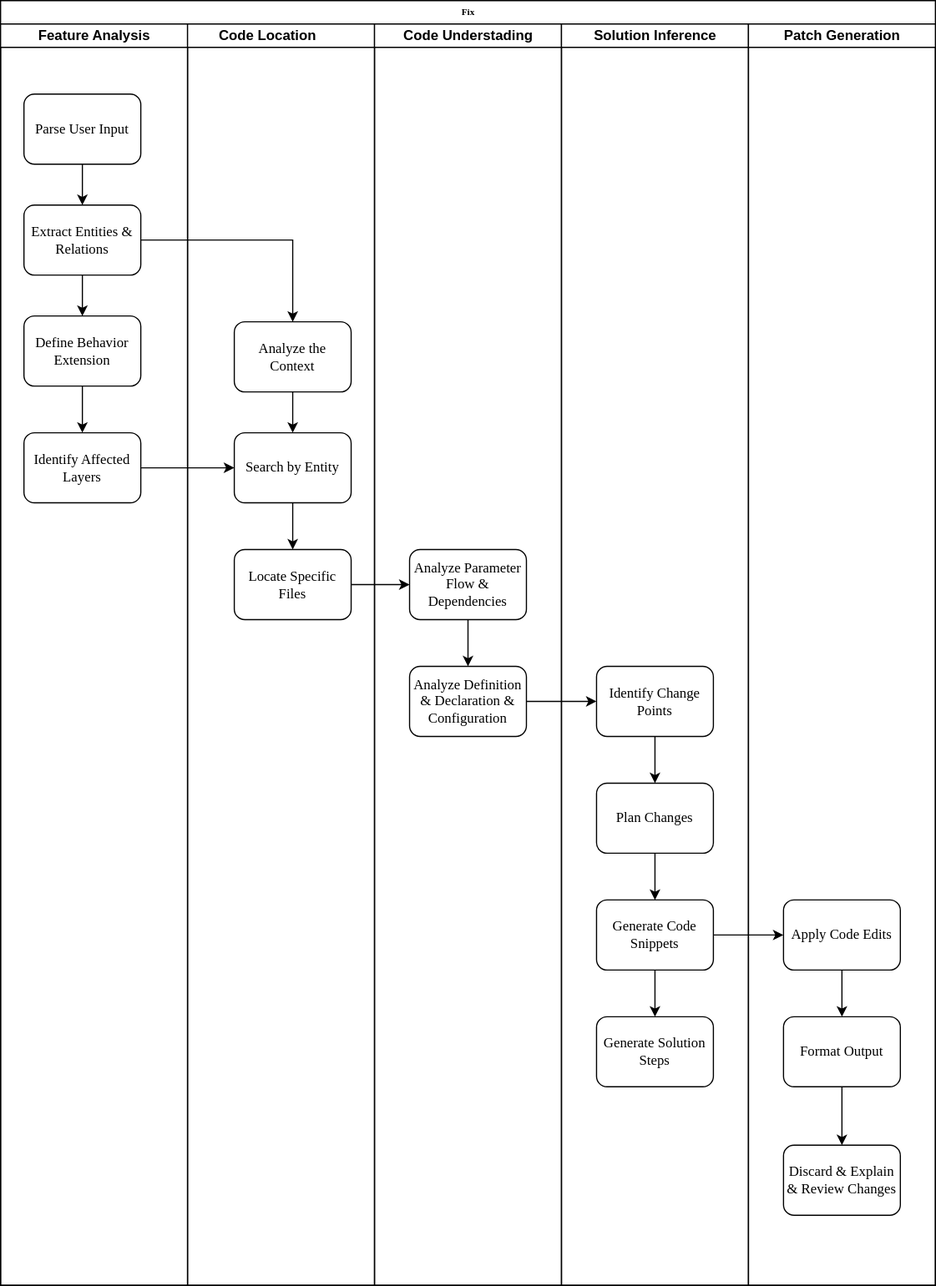
Before: fix.svg, a diagram exported from draw.io (BullFrogDianDian/SoftEngineer). Source tidied: cells renumbered, new cells last; positions are measured from the earlier drawing's top-left corner, leaving out a move shared by most shapes. Its diagram source:
```xml
<mxGraphModel>
  <root>
    <mxCell id="0" />
    <mxCell id="1" parent="0" />
    <mxCell id="2" value="Fix" style="swimlane;html=1;startSize=20;rounded=0;shadow=0;labelBackgroundColor=none;strokeWidth=1;fontFamily=Verdana;fontSize=8;align=center;" parent="1" vertex="1">
      <mxGeometry width="800" height="1100" as="geometry" />
    </mxCell>
    <mxCell id="3" value="Feature Analysis" style="swimlane;html=1;startSize=20;" parent="2" vertex="1">
      <mxGeometry y="20" width="160" height="1080" as="geometry" />
    </mxCell>
    <mxCell id="4" style="edgeStyle=orthogonalEdgeStyle;rounded=0;jettySize=auto;html=1;curved=0;endSize=6;startSize=6;" parent="3" edge="1" source="5" target="7">
      <mxGeometry relative="1" as="geometry" />
    </mxCell>
    <mxCell id="5" value="&lt;font style=&quot;font-size: 12px;&quot;&gt;Parse User Input&lt;/font&gt;" style="rounded=1;whiteSpace=wrap;html=1;shadow=0;labelBackgroundColor=none;strokeWidth=1;fontFamily=Verdana;fontSize=8;align=center;" parent="3" vertex="1">
      <mxGeometry x="20" y="60" width="100" height="60" as="geometry" />
    </mxCell>
    <mxCell id="6" style="edgeStyle=orthogonalEdgeStyle;rounded=0;jettySize=auto;html=1;endSize=6;startSize=6;curved=0;" parent="3" edge="1" source="7" target="9">
      <mxGeometry relative="1" as="geometry" />
    </mxCell>
    <mxCell id="7" value="&lt;font style=&quot;font-size: 12px;&quot;&gt;Extract Entities &amp;amp; Relations&lt;/font&gt;" style="rounded=1;whiteSpace=wrap;html=1;shadow=0;labelBackgroundColor=none;strokeWidth=1;fontFamily=Verdana;fontSize=8;align=center;" parent="3" vertex="1">
      <mxGeometry x="20" y="155" width="100" height="60" as="geometry" />
    </mxCell>
    <mxCell id="8" style="edgeStyle=orthogonalEdgeStyle;rounded=0;jettySize=auto;html=1;endSize=6;startSize=6;curved=0;" parent="3" edge="1" source="9" target="10">
      <mxGeometry relative="1" as="geometry" />
    </mxCell>
    <mxCell id="9" value="&lt;font style=&quot;font-size: 12px;&quot;&gt;Define Behavior Extension&lt;/font&gt;" style="rounded=1;whiteSpace=wrap;html=1;shadow=0;labelBackgroundColor=none;strokeWidth=1;fontFamily=Verdana;fontSize=8;align=center;" parent="3" vertex="1">
      <mxGeometry x="20" y="250" width="100" height="60" as="geometry" />
    </mxCell>
    <mxCell id="10" value="&lt;font style=&quot;font-size: 12px;&quot;&gt;Identify Affected Layers&lt;/font&gt;" style="rounded=1;whiteSpace=wrap;html=1;shadow=0;labelBackgroundColor=none;strokeWidth=1;fontFamily=Verdana;fontSize=8;align=center;" parent="3" vertex="1">
      <mxGeometry x="20" y="350" width="100" height="60" as="geometry" />
    </mxCell>
    <mxCell id="11" value="Code Location&lt;span style=&quot;white-space: pre;&quot;&gt;&#9;&lt;/span&gt;" style="swimlane;html=1;startSize=20;" parent="2" vertex="1">
      <mxGeometry x="160" y="20" width="160" height="1080" as="geometry" />
    </mxCell>
    <mxCell id="12" style="edgeStyle=orthogonalEdgeStyle;rounded=0;jettySize=auto;html=1;" parent="11" edge="1" source="13" target="14">
      <mxGeometry relative="1" as="geometry" />
    </mxCell>
    <mxCell id="13" value="&lt;font style=&quot;font-size: 12px;&quot;&gt;Search by Entity&lt;/font&gt;" style="rounded=1;whiteSpace=wrap;html=1;shadow=0;labelBackgroundColor=none;strokeWidth=1;fontFamily=Verdana;fontSize=8;align=center;" parent="11" vertex="1">
      <mxGeometry x="40" y="350" width="100" height="60" as="geometry" />
    </mxCell>
    <mxCell id="14" value="&lt;font style=&quot;font-size: 12px;&quot;&gt;Locate Specific Files&lt;/font&gt;" style="rounded=1;whiteSpace=wrap;html=1;shadow=0;labelBackgroundColor=none;strokeWidth=1;fontFamily=Verdana;fontSize=8;align=center;" parent="11" vertex="1">
      <mxGeometry x="40" y="450" width="100" height="60" as="geometry" />
    </mxCell>
    <mxCell id="15" style="edgeStyle=orthogonalEdgeStyle;rounded=0;jettySize=auto;html=1;" parent="11" edge="1" source="16" target="13">
      <mxGeometry relative="1" as="geometry" />
    </mxCell>
    <mxCell id="16" value="&lt;span style=&quot;font-size: 12px;&quot;&gt;Analyze the Context&lt;/span&gt;" style="rounded=1;whiteSpace=wrap;html=1;shadow=0;labelBackgroundColor=none;strokeWidth=1;fontFamily=Verdana;fontSize=8;align=center;" parent="11" vertex="1">
      <mxGeometry x="40" y="255" width="100" height="60" as="geometry" />
    </mxCell>
    <mxCell id="17" value="Code Understading" style="swimlane;html=1;startSize=20;" parent="2" vertex="1">
      <mxGeometry x="320" y="20" width="160" height="1080" as="geometry" />
    </mxCell>
    <mxCell id="18" style="edgeStyle=orthogonalEdgeStyle;rounded=0;jettySize=auto;html=1;" parent="17" edge="1" source="19" target="20">
      <mxGeometry relative="1" as="geometry" />
    </mxCell>
    <mxCell id="19" value="&lt;font style=&quot;font-size: 12px;&quot;&gt;Analyze Parameter Flow &amp;amp; Dependencies&lt;/font&gt;" style="rounded=1;whiteSpace=wrap;html=1;shadow=0;labelBackgroundColor=none;strokeWidth=1;fontFamily=Verdana;fontSize=8;align=center;" parent="17" vertex="1">
      <mxGeometry x="30" y="450" width="100" height="60" as="geometry" />
    </mxCell>
    <mxCell id="20" value="&lt;font style=&quot;font-size: 12px;&quot;&gt;Analyze Definition &amp;amp; Declaration &amp;amp; Configuration&lt;/font&gt;" style="rounded=1;whiteSpace=wrap;html=1;shadow=0;labelBackgroundColor=none;strokeWidth=1;fontFamily=Verdana;fontSize=8;align=center;" parent="17" vertex="1">
      <mxGeometry x="30" y="550" width="100" height="60" as="geometry" />
    </mxCell>
    <mxCell id="21" value="Solution Inference" style="swimlane;html=1;startSize=20;" parent="2" vertex="1">
      <mxGeometry x="480" y="20" width="160" height="1080" as="geometry" />
    </mxCell>
    <mxCell id="22" style="edgeStyle=orthogonalEdgeStyle;rounded=0;jettySize=auto;html=1;" parent="21" edge="1" source="23" target="25">
      <mxGeometry relative="1" as="geometry" />
    </mxCell>
    <mxCell id="23" value="&lt;font style=&quot;font-size: 12px;&quot;&gt;Identify Change Points&lt;/font&gt;" style="rounded=1;whiteSpace=wrap;html=1;shadow=0;labelBackgroundColor=none;strokeWidth=1;fontFamily=Verdana;fontSize=8;align=center;" parent="21" vertex="1">
      <mxGeometry x="30" y="550" width="100" height="60" as="geometry" />
    </mxCell>
    <mxCell id="24" style="edgeStyle=orthogonalEdgeStyle;rounded=0;jettySize=auto;html=1;" parent="21" edge="1" source="25" target="27">
      <mxGeometry relative="1" as="geometry" />
    </mxCell>
    <mxCell id="25" value="&lt;font style=&quot;font-size: 12px;&quot;&gt;Plan Changes&lt;/font&gt;" style="rounded=1;whiteSpace=wrap;html=1;shadow=0;labelBackgroundColor=none;strokeWidth=1;fontFamily=Verdana;fontSize=8;align=center;" parent="21" vertex="1">
      <mxGeometry x="30" y="650" width="100" height="60" as="geometry" />
    </mxCell>
    <mxCell id="26" style="edgeStyle=orthogonalEdgeStyle;rounded=0;jettySize=auto;html=1;" parent="21" edge="1" source="27" target="28">
      <mxGeometry relative="1" as="geometry" />
    </mxCell>
    <mxCell id="27" value="&lt;span style=&quot;font-size: 12px;&quot;&gt;Generate Code Snippets&lt;/span&gt;" style="rounded=1;whiteSpace=wrap;html=1;shadow=0;labelBackgroundColor=none;strokeWidth=1;fontFamily=Verdana;fontSize=8;align=center;" parent="21" vertex="1">
      <mxGeometry x="30" y="750" width="100" height="60" as="geometry" />
    </mxCell>
    <mxCell id="28" value="&lt;span style=&quot;font-size: 12px;&quot;&gt;Generate Solution Steps&lt;/span&gt;" style="rounded=1;whiteSpace=wrap;html=1;shadow=0;labelBackgroundColor=none;strokeWidth=1;fontFamily=Verdana;fontSize=8;align=center;" parent="21" vertex="1">
      <mxGeometry x="30" y="850" width="100" height="60" as="geometry" />
    </mxCell>
    <mxCell id="29" value="Patch Generation" style="swimlane;html=1;startSize=20;" parent="2" vertex="1">
      <mxGeometry x="640" y="20" width="160" height="1080" as="geometry" />
    </mxCell>
    <mxCell id="30" style="edgeStyle=orthogonalEdgeStyle;rounded=0;jettySize=auto;html=1;" parent="29" edge="1" source="31" target="33">
      <mxGeometry relative="1" as="geometry" />
    </mxCell>
    <mxCell id="31" value="&lt;font style=&quot;font-size: 12px;&quot;&gt;Apply Code Edits&lt;/font&gt;" style="rounded=1;whiteSpace=wrap;html=1;shadow=0;labelBackgroundColor=none;strokeWidth=1;fontFamily=Verdana;fontSize=8;align=center;" parent="29" vertex="1">
      <mxGeometry x="30" y="750" width="100" height="60" as="geometry" />
    </mxCell>
    <mxCell id="32" style="edgeStyle=orthogonalEdgeStyle;rounded=0;jettySize=auto;html=1;" parent="29" edge="1" source="33" target="34">
      <mxGeometry relative="1" as="geometry" />
    </mxCell>
    <mxCell id="33" value="&lt;font style=&quot;font-size: 12px;&quot;&gt;Format Output&lt;/font&gt;" style="rounded=1;whiteSpace=wrap;html=1;shadow=0;labelBackgroundColor=none;strokeWidth=1;fontFamily=Verdana;fontSize=8;align=center;" parent="29" vertex="1">
      <mxGeometry x="30" y="850" width="100" height="60" as="geometry" />
    </mxCell>
    <mxCell id="34" value="&lt;font style=&quot;font-size: 12px;&quot;&gt;Discard &amp;amp; Explain &amp;amp; Review Changes&lt;/font&gt;" style="rounded=1;whiteSpace=wrap;html=1;shadow=0;labelBackgroundColor=none;strokeWidth=1;fontFamily=Verdana;fontSize=8;align=center;" parent="29" vertex="1">
      <mxGeometry x="30" y="960" width="100" height="60" as="geometry" />
    </mxCell>
    <mxCell id="35" style="edgeStyle=orthogonalEdgeStyle;rounded=0;jettySize=auto;html=1;" parent="2" edge="1" source="10" target="13">
      <mxGeometry relative="1" as="geometry" />
    </mxCell>
    <mxCell id="36" style="endArrow=classic;html=1;rounded=0;exitX=1;exitY=0.5;exitDx=0;exitDy=0;" parent="2" edge="1" source="7">
      <mxGeometry relative="1" as="geometry">
        <mxPoint x="250" y="275" as="targetPoint" />
        <Array as="points">
          <mxPoint x="250" y="205" />
        </Array>
      </mxGeometry>
    </mxCell>
    <mxCell id="37" style="edgeStyle=orthogonalEdgeStyle;rounded=0;jettySize=auto;html=1;" parent="2" edge="1" source="14" target="19">
      <mxGeometry relative="1" as="geometry" />
    </mxCell>
    <mxCell id="38" style="edgeStyle=orthogonalEdgeStyle;rounded=0;jettySize=auto;html=1;" parent="2" edge="1" source="20" target="23">
      <mxGeometry relative="1" as="geometry" />
    </mxCell>
    <mxCell id="39" style="edgeStyle=orthogonalEdgeStyle;rounded=0;jettySize=auto;html=1;" parent="2" edge="1" source="27" target="31">
      <mxGeometry relative="1" as="geometry" />
    </mxCell>
  </root>
</mxGraphModel>
```
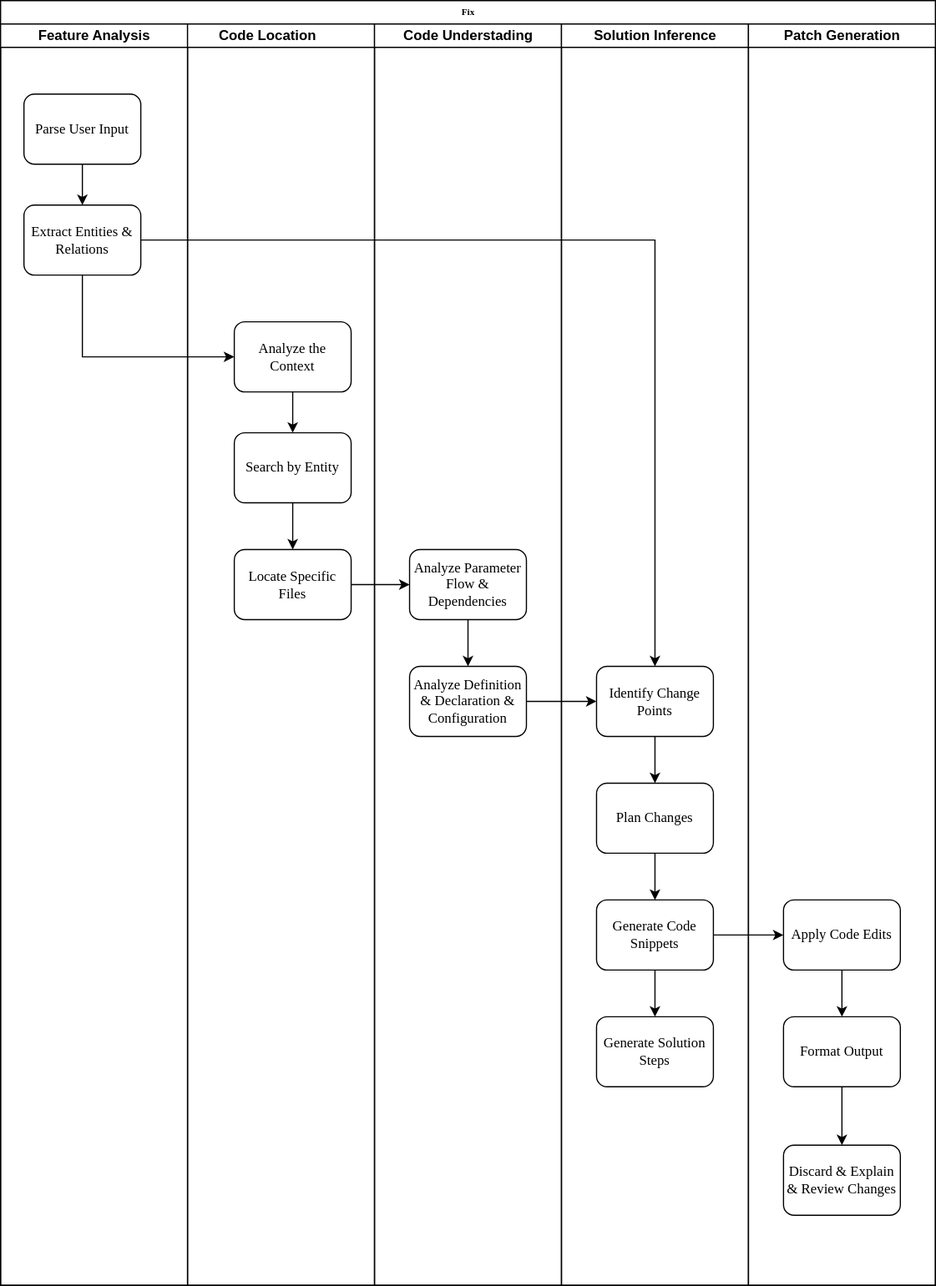
Later version of the same file.

What changed in the source:
```diff
@@ -14,21 +14,9 @@
     <mxCell id="5" value="&lt;font style=&quot;font-size: 12px;&quot;&gt;Parse User Input&lt;/font&gt;" style="rounded=1;whiteSpace=wrap;html=1;shadow=0;labelBackgroundColor=none;strokeWidth=1;fontFamily=Verdana;fontSize=8;align=center;" parent="3" vertex="1">
       <mxGeometry x="20" y="60" width="100" height="60" as="geometry" />
     </mxCell>
-    <mxCell id="6" style="edgeStyle=orthogonalEdgeStyle;rounded=0;jettySize=auto;html=1;endSize=6;startSize=6;curved=0;" parent="3" edge="1" source="7" target="9">
-      <mxGeometry relative="1" as="geometry" />
-    </mxCell>
     <mxCell id="7" value="&lt;font style=&quot;font-size: 12px;&quot;&gt;Extract Entities &amp;amp; Relations&lt;/font&gt;" style="rounded=1;whiteSpace=wrap;html=1;shadow=0;labelBackgroundColor=none;strokeWidth=1;fontFamily=Verdana;fontSize=8;align=center;" parent="3" vertex="1">
       <mxGeometry x="20" y="155" width="100" height="60" as="geometry" />
     </mxCell>
-    <mxCell id="8" style="edgeStyle=orthogonalEdgeStyle;rounded=0;jettySize=auto;html=1;endSize=6;startSize=6;curved=0;" parent="3" edge="1" source="9" target="10">
-      <mxGeometry relative="1" as="geometry" />
-    </mxCell>
-    <mxCell id="9" value="&lt;font style=&quot;font-size: 12px;&quot;&gt;Define Behavior Extension&lt;/font&gt;" style="rounded=1;whiteSpace=wrap;html=1;shadow=0;labelBackgroundColor=none;strokeWidth=1;fontFamily=Verdana;fontSize=8;align=center;" parent="3" vertex="1">
-      <mxGeometry x="20" y="250" width="100" height="60" as="geometry" />
-    </mxCell>
-    <mxCell id="10" value="&lt;font style=&quot;font-size: 12px;&quot;&gt;Identify Affected Layers&lt;/font&gt;" style="rounded=1;whiteSpace=wrap;html=1;shadow=0;labelBackgroundColor=none;strokeWidth=1;fontFamily=Verdana;fontSize=8;align=center;" parent="3" vertex="1">
-      <mxGeometry x="20" y="350" width="100" height="60" as="geometry" />
-    </mxCell>
     <mxCell id="11" value="Code Location&lt;span style=&quot;white-space: pre;&quot;&gt;&#9;&lt;/span&gt;" style="swimlane;html=1;startSize=20;" parent="2" vertex="1">
       <mxGeometry x="160" y="20" width="160" height="1080" as="geometry" />
     </mxCell>
@@ -101,17 +89,6 @@
     <mxCell id="34" value="&lt;font style=&quot;font-size: 12px;&quot;&gt;Discard &amp;amp; Explain &amp;amp; Review Changes&lt;/font&gt;" style="rounded=1;whiteSpace=wrap;html=1;shadow=0;labelBackgroundColor=none;strokeWidth=1;fontFamily=Verdana;fontSize=8;align=center;" parent="29" vertex="1">
       <mxGeometry x="30" y="960" width="100" height="60" as="geometry" />
     </mxCell>
-    <mxCell id="35" style="edgeStyle=orthogonalEdgeStyle;rounded=0;jettySize=auto;html=1;" parent="2" edge="1" source="10" target="13">
-      <mxGeometry relative="1" as="geometry" />
-    </mxCell>
-    <mxCell id="36" style="endArrow=classic;html=1;rounded=0;exitX=1;exitY=0.5;exitDx=0;exitDy=0;" parent="2" edge="1" source="7">
-      <mxGeometry relative="1" as="geometry">
-        <mxPoint x="250" y="275" as="targetPoint" />
-        <Array as="points">
-          <mxPoint x="250" y="205" />
-        </Array>
-      </mxGeometry>
-    </mxCell>
     <mxCell id="37" style="edgeStyle=orthogonalEdgeStyle;rounded=0;jettySize=auto;html=1;" parent="2" edge="1" source="14" target="19">
       <mxGeometry relative="1" as="geometry" />
     </mxCell>
@@ -121,5 +98,19 @@
     <mxCell id="39" style="edgeStyle=orthogonalEdgeStyle;rounded=0;jettySize=auto;html=1;" parent="2" edge="1" source="27" target="31">
       <mxGeometry relative="1" as="geometry" />
     </mxCell>
+    <mxCell id="40" style="endArrow=classic;html=1;rounded=0;exitX=1;exitY=0.5;exitDx=0;exitDy=0;entryX=0.5;entryY=0;entryDx=0;entryDy=0;" parent="2" edge="1" source="7" target="23">
+      <mxGeometry relative="1" as="geometry">
+        <Array as="points">
+          <mxPoint x="560" y="205" />
+        </Array>
+      </mxGeometry>
+    </mxCell>
+    <mxCell id="41" style="endArrow=classic;html=1;rounded=0;exitX=0.5;exitY=1;exitDx=0;exitDy=0;entryX=0;entryY=0.5;entryDx=0;entryDy=0;" parent="2" edge="1" source="7" target="16">
+      <mxGeometry relative="1" as="geometry">
+        <Array as="points">
+          <mxPoint x="70" y="305" />
+        </Array>
+      </mxGeometry>
+    </mxCell>
   </root>
 </mxGraphModel>
```
